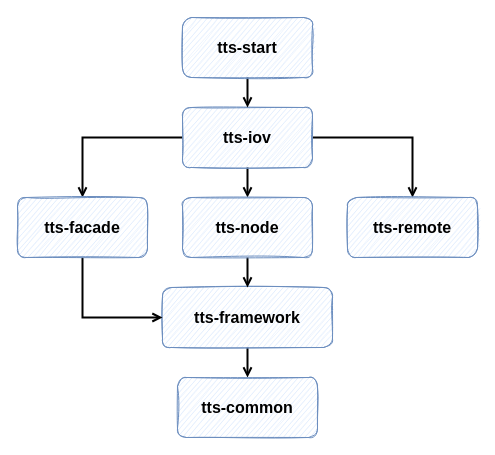
The draw.io diagram images/新tts依赖关系.drawio in FangYuan33/transportation-track-system, before the edit. Source tidied: cells renumbered, new cells numbered last; positions are measured from the earlier drawing's top-left corner, leaving out a move shared by most shapes. Both pictures are drawn from the tidied source at 100%, with x=0, y=0 at pixel (17, 17).
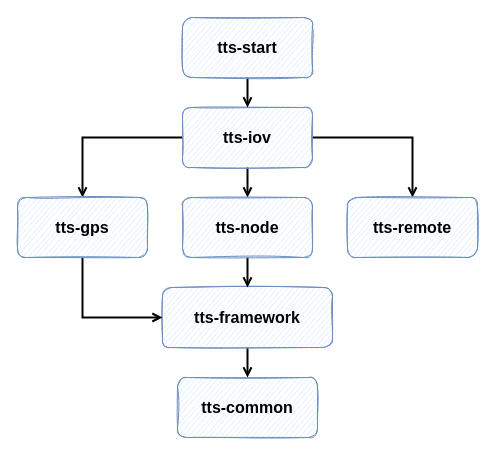
The same diagram, later.

Change to the diagram source:
```diff
@@
 <mxGraphModel>
   <root>
     <mxCell id="0" />
     <mxCell id="1" parent="0" />
     <mxCell id="2" style="edgeStyle=orthogonalEdgeStyle;rounded=0;jettySize=auto;html=1;strokeWidth=2;endArrow=open;endFill=0;" parent="1" edge="1" source="5" target="10">
       <mxGeometry relative="1" as="geometry" />
     </mxCell>
     <mxCell id="3" style="edgeStyle=orthogonalEdgeStyle;rounded=0;jettySize=auto;html=1;exitX=1;exitY=0.5;exitDx=0;exitDy=0;entryX=0.5;entryY=0;entryDx=0;entryDy=0;strokeWidth=2;endArrow=open;endFill=0;" parent="1" edge="1" source="5" target="13">
       <mxGeometry relative="1" as="geometry" />
     </mxCell>
     <mxCell id="4" style="edgeStyle=orthogonalEdgeStyle;rounded=0;jettySize=auto;html=1;exitX=0;exitY=0.5;exitDx=0;exitDy=0;endArrow=open;endFill=0;strokeWidth=2;" parent="1" edge="1" source="5" target="15">
       <mxGeometry relative="1" as="geometry" />
     </mxCell>
     <mxCell id="5" value="&lt;font style=&quot;font-size: 16px;&quot;&gt;&lt;b&gt;tts-iov&lt;/b&gt;&lt;/font&gt;" style="rounded=1;whiteSpace=wrap;html=1;sketch=1;fillColor=#dae8fc;strokeColor=#6c8ebf;" parent="1" vertex="1">
       <mxGeometry x="165" y="90" width="130" height="60" as="geometry" />
     </mxCell>
     <mxCell id="6" style="edgeStyle=orthogonalEdgeStyle;rounded=0;jettySize=auto;html=1;endArrow=open;endFill=0;strokeWidth=2;" parent="1" edge="1" source="7" target="8">
       <mxGeometry relative="1" as="geometry" />
     </mxCell>
     <mxCell id="7" value="&lt;font style=&quot;font-size: 16px;&quot;&gt;&lt;b&gt;tts-framework&lt;/b&gt;&lt;/font&gt;" style="rounded=1;whiteSpace=wrap;html=1;sketch=1;fillColor=#dae8fc;strokeColor=#6c8ebf;" parent="1" vertex="1">
       <mxGeometry x="145" y="270" width="170" height="60" as="geometry" />
     </mxCell>
     <mxCell id="8" value="&lt;font style=&quot;font-size: 16px;&quot;&gt;&lt;b&gt;tts-common&lt;/b&gt;&lt;/font&gt;" style="rounded=1;whiteSpace=wrap;html=1;sketch=1;fillColor=#dae8fc;strokeColor=#6c8ebf;" parent="1" vertex="1">
       <mxGeometry x="160" y="360" width="140" height="60" as="geometry" />
     </mxCell>
     <mxCell id="9" style="edgeStyle=orthogonalEdgeStyle;rounded=0;jettySize=auto;html=1;strokeWidth=2;endArrow=open;endFill=0;" parent="1" edge="1" source="10" target="7">
       <mxGeometry relative="1" as="geometry" />
     </mxCell>
     <mxCell id="10" value="&lt;font style=&quot;font-size: 16px;&quot;&gt;&lt;b&gt;tts-node&lt;/b&gt;&lt;/font&gt;" style="rounded=1;whiteSpace=wrap;html=1;sketch=1;fillColor=#dae8fc;strokeColor=#6c8ebf;" parent="1" vertex="1">
       <mxGeometry x="165" y="180" width="130" height="60" as="geometry" />
     </mxCell>
     <mxCell id="11" style="edgeStyle=orthogonalEdgeStyle;rounded=0;jettySize=auto;html=1;exitX=0.5;exitY=1;exitDx=0;exitDy=0;entryX=0.5;entryY=0;entryDx=0;entryDy=0;strokeWidth=2;endArrow=open;endFill=0;" parent="1" edge="1" source="12" target="5">
       <mxGeometry relative="1" as="geometry" />
     </mxCell>
     <mxCell id="12" value="&lt;font style=&quot;font-size: 16px;&quot;&gt;&lt;b&gt;tts-start&lt;/b&gt;&lt;/font&gt;" style="rounded=1;whiteSpace=wrap;html=1;sketch=1;fillColor=#dae8fc;strokeColor=#6c8ebf;" parent="1" vertex="1">
       <mxGeometry x="165" width="130" height="60" as="geometry" />
     </mxCell>
     <mxCell id="13" value="&lt;font style=&quot;font-size: 16px;&quot;&gt;&lt;b&gt;tts-remote&lt;/b&gt;&lt;/font&gt;" style="rounded=1;whiteSpace=wrap;html=1;sketch=1;fillColor=#dae8fc;strokeColor=#6c8ebf;" parent="1" vertex="1">
       <mxGeometry x="330" y="180" width="130" height="60" as="geometry" />
     </mxCell>
     <mxCell id="14" style="edgeStyle=orthogonalEdgeStyle;rounded=0;jettySize=auto;html=1;exitX=0.5;exitY=1;exitDx=0;exitDy=0;entryX=0;entryY=0.5;entryDx=0;entryDy=0;strokeWidth=2;endArrow=open;endFill=0;" parent="1" edge="1" source="15" target="7">
       <mxGeometry relative="1" as="geometry" />
     </mxCell>
-    <mxCell id="15" value="&lt;font style=&quot;font-size: 16px;&quot;&gt;&lt;b&gt;tts-facade&lt;/b&gt;&lt;/font&gt;" style="rounded=1;whiteSpace=wrap;html=1;sketch=1;fillColor=#dae8fc;strokeColor=#6c8ebf;" parent="1" vertex="1">
+    <mxCell id="15" value="&lt;font style=&quot;font-size: 16px;&quot;&gt;&lt;b&gt;tts-gps&lt;/b&gt;&lt;/font&gt;" style="rounded=1;whiteSpace=wrap;html=1;sketch=1;fillColor=#dae8fc;strokeColor=#6c8ebf;" parent="1" vertex="1">
       <mxGeometry y="180" width="130" height="60" as="geometry" />
     </mxCell>
   </root>
 </mxGraphModel>
```
